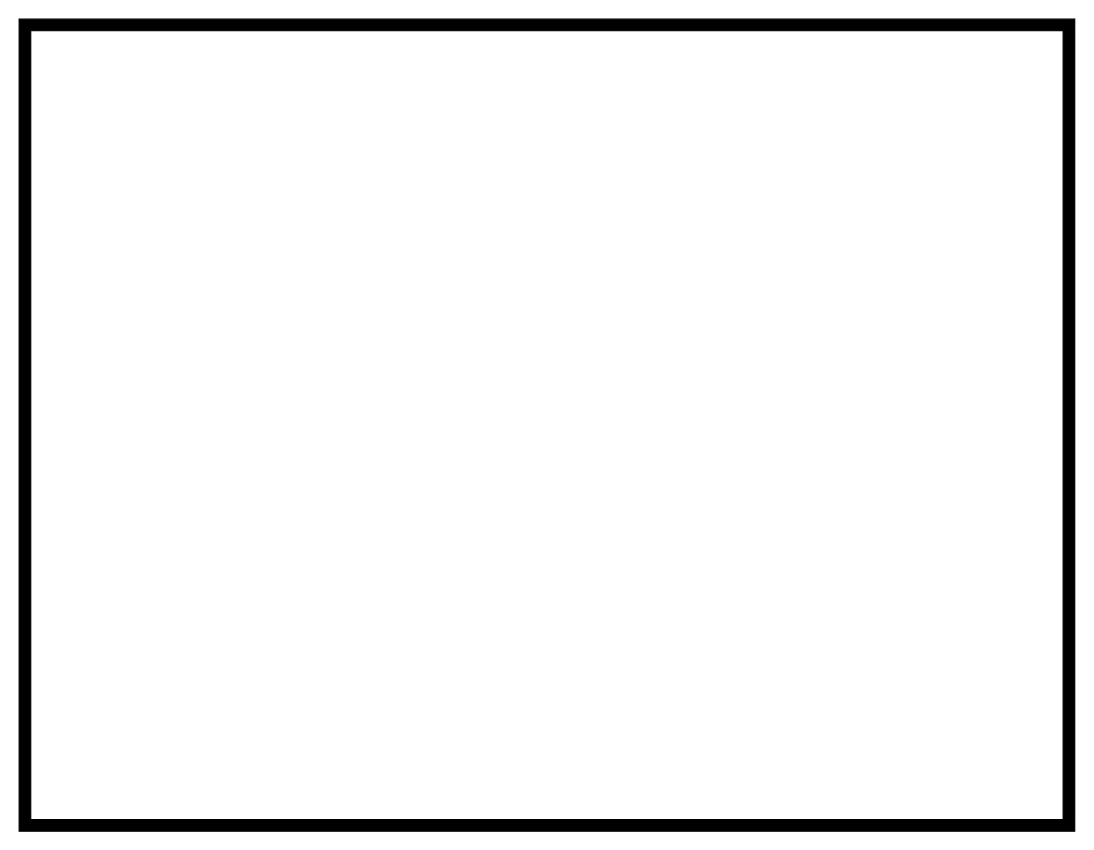
The draw.io diagram page "Térreo" (1 of 3) of ASII.drawio in ArianaAlves/ASII, before the edit. Source tidied: cells renumbered, new cells numbered last; positions are measured from the earlier drawing's top-left corner, leaving out a move shared by most shapes. Both pictures are drawn from the tidied source at 116%, with x=0, y=0 at pixel (19, 19).
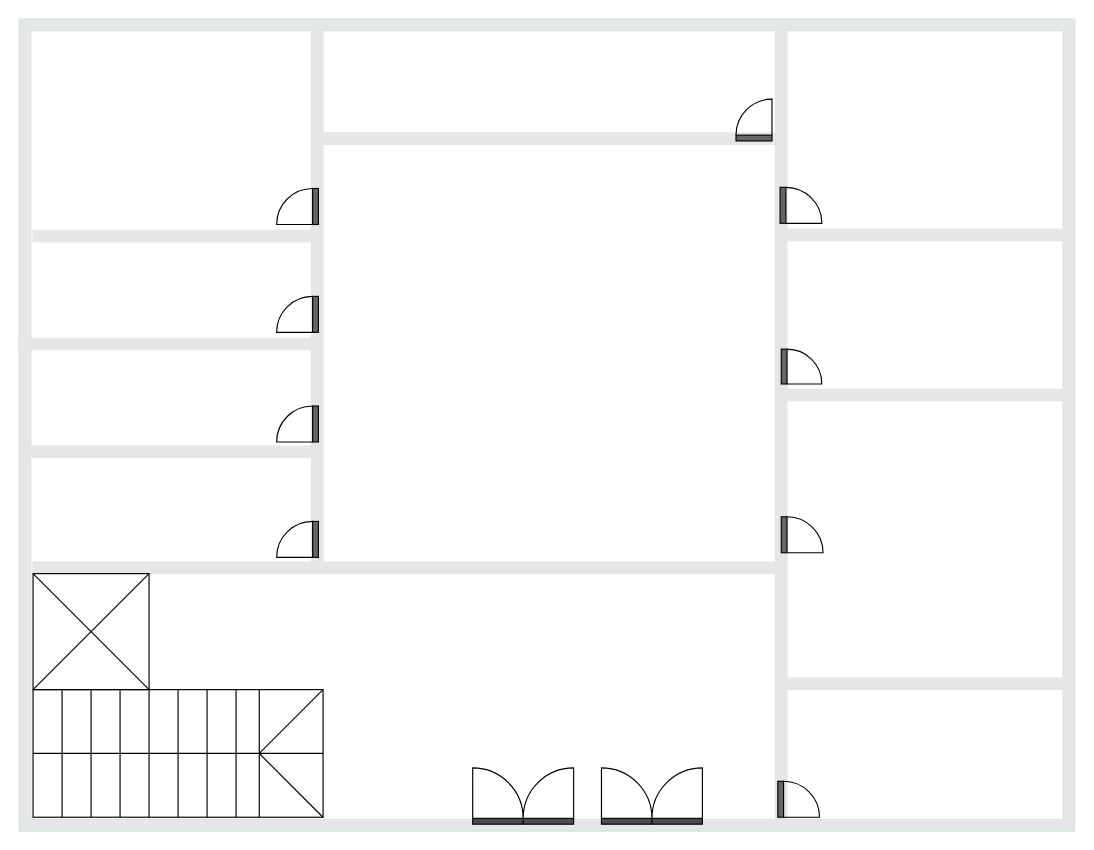
The same page after the edit.

Diff of the diagram source:
```diff
@@
-    <mxCell id="2" style="verticalLabelPosition=bottom;html=1;verticalAlign=top;align=center;shape=mxgraph.floorplan.room;fillColor=#000000;" parent="1" vertex="1">
+    <mxCell id="2" style="verticalLabelPosition=bottom;html=1;verticalAlign=top;align=center;shape=mxgraph.floorplan.room;fillColor=#E6E6E6;strokeColor=#D5E8D4;" parent="1" vertex="1">
       <mxGeometry width="910" height="700" as="geometry" />
     </mxCell>
+    <mxCell id="3" style="verticalLabelPosition=bottom;html=1;verticalAlign=top;align=center;shape=mxgraph.floorplan.wallCorner;fillColor=#E6E6E6;direction=west;strokeColor=#E6E6E6;" parent="1" vertex="1">
+      <mxGeometry x="12" y="8" width="250" height="470" as="geometry" />
+    </mxCell>
+    <mxCell id="4" style="verticalLabelPosition=bottom;html=1;verticalAlign=top;align=center;shape=mxgraph.floorplan.wall;fillColor=#E6E6E6;direction=south;strokeColor=#E6E6E6;" parent="1" vertex="1">
+      <mxGeometry x="652" y="8" width="10" height="690" as="geometry" />
+    </mxCell>
+    <mxCell id="5" style="verticalLabelPosition=bottom;html=1;verticalAlign=top;align=center;shape=mxgraph.floorplan.wall;fillColor=#E6E6E6;strokeColor=#E6E6E6;" parent="1" vertex="1">
+      <mxGeometry x="262" y="468" width="390" height="10" as="geometry" />
+    </mxCell>
+    <mxCell id="6" style="verticalLabelPosition=bottom;html=1;verticalAlign=top;align=center;shape=mxgraph.floorplan.wall;fillColor=#E6E6E6;strokeColor=#E6E6E6;" parent="1" vertex="1">
+      <mxGeometry x="262" y="98" width="390" height="10" as="geometry" />
+    </mxCell>
+    <mxCell id="7" style="verticalLabelPosition=bottom;html=1;verticalAlign=top;align=center;shape=mxgraph.floorplan.wall;fillColor=#E6E6E6;strokeColor=#E6E6E6;" parent="1" vertex="1">
+      <mxGeometry x="662" y="181" width="240" height="10" as="geometry" />
+    </mxCell>
+    <mxCell id="8" style="verticalLabelPosition=bottom;html=1;verticalAlign=top;align=center;shape=mxgraph.floorplan.wall;fillColor=#E6E6E6;strokeColor=#E6E6E6;" parent="1" vertex="1">
+      <mxGeometry x="662" y="568" width="240" height="10" as="geometry" />
+    </mxCell>
+    <mxCell id="9" style="verticalLabelPosition=bottom;html=1;verticalAlign=top;align=center;shape=mxgraph.floorplan.wall;fillColor=#E6E6E6;strokeColor=#E6E6E6;" parent="1" vertex="1">
+      <mxGeometry x="660" y="319" width="240" height="10" as="geometry" />
+    </mxCell>
+    <mxCell id="10" style="verticalLabelPosition=bottom;html=1;verticalAlign=top;align=center;shape=mxgraph.floorplan.wall;fillColor=#E6E6E6;strokeColor=#E6E6E6;" parent="1" vertex="1">
+      <mxGeometry x="2" y="368" width="250" height="10" as="geometry" />
+    </mxCell>
+    <mxCell id="11" style="verticalLabelPosition=bottom;html=1;verticalAlign=top;align=center;shape=mxgraph.floorplan.wall;fillColor=#E6E6E6;strokeColor=#E6E6E6;" parent="1" vertex="1">
+      <mxGeometry y="275" width="252" height="10" as="geometry" />
+    </mxCell>
+    <mxCell id="12" style="verticalLabelPosition=bottom;html=1;verticalAlign=top;align=center;shape=mxgraph.floorplan.wall;fillColor=#E6E6E6;strokeColor=#E6E6E6;" parent="1" vertex="1">
+      <mxGeometry x="12" y="182" width="240" height="10" as="geometry" />
+    </mxCell>
+    <mxCell id="13" style="verticalLabelPosition=bottom;html=1;verticalAlign=top;align=center;shape=mxgraph.floorplan.stairsRest;strokeColor=#000000;fillColor=none;" parent="1" vertex="1">
+      <mxGeometry x="12" y="578" width="250" height="110" as="geometry" />
+    </mxCell>
+    <mxCell id="14" style="verticalLabelPosition=bottom;html=1;verticalAlign=top;align=center;shape=mxgraph.floorplan.elevator;strokeColor=#000000;fillColor=none;" parent="1" vertex="1">
+      <mxGeometry x="12" y="478" width="100" height="100" as="geometry" />
+    </mxCell>
+    <mxCell id="15" style="verticalLabelPosition=bottom;html=1;verticalAlign=top;align=center;shape=mxgraph.floorplan.doorDouble;strokeColor=#000000;fillColor=#4D4D4D;rotation=180;" parent="1" vertex="1">
+      <mxGeometry x="391" y="648" width="87" height="46" as="geometry" />
+    </mxCell>
+    <mxCell id="16" style="verticalLabelPosition=bottom;html=1;verticalAlign=top;align=center;shape=mxgraph.floorplan.doorDouble;strokeColor=#000000;fillColor=#4D4D4D;rotation=180;" parent="1" vertex="1">
+      <mxGeometry x="502" y="648" width="87" height="46" as="geometry" />
+    </mxCell>
+    <mxCell id="17" style="verticalLabelPosition=bottom;html=1;verticalAlign=top;align=center;shape=mxgraph.floorplan.doorLeft;strokeColor=#000000;fillColor=#666666;rotation=-90;" parent="1" vertex="1">
+      <mxGeometry x="655" y="656" width="31" height="33" as="geometry" />
+    </mxCell>
+    <mxCell id="18" style="verticalLabelPosition=bottom;html=1;verticalAlign=top;align=center;shape=mxgraph.floorplan.doorLeft;strokeColor=#000000;fillColor=#666666;rotation=-90;" parent="1" vertex="1">
+      <mxGeometry x="658" y="428" width="31" height="33" as="geometry" />
+    </mxCell>
+    <mxCell id="19" style="verticalLabelPosition=bottom;html=1;verticalAlign=top;align=center;shape=mxgraph.floorplan.doorLeft;strokeColor=#000000;fillColor=#666666;rotation=-90;" parent="1" vertex="1">
+      <mxGeometry x="658" y="283.5" width="30" height="32" as="geometry" />
+    </mxCell>
+    <mxCell id="20" style="verticalLabelPosition=bottom;html=1;verticalAlign=top;align=center;shape=mxgraph.floorplan.doorLeft;strokeColor=#000000;fillColor=#666666;rotation=-90;" parent="1" vertex="1">
+      <mxGeometry x="657" y="144" width="31" height="33" as="geometry" />
+    </mxCell>
+    <mxCell id="21" style="verticalLabelPosition=bottom;html=1;verticalAlign=top;align=center;shape=mxgraph.floorplan.doorRight;strokeColor=#000000;fillColor=#666666;rotation=90;" parent="1" vertex="1">
+      <mxGeometry x="226" y="145" width="31" height="33" as="geometry" />
+    </mxCell>
+    <mxCell id="22" style="verticalLabelPosition=bottom;html=1;verticalAlign=top;align=center;shape=mxgraph.floorplan.doorRight;strokeColor=#000000;fillColor=#666666;rotation=90;" parent="1" vertex="1">
+      <mxGeometry x="226" y="238" width="31" height="33" as="geometry" />
+    </mxCell>
+    <mxCell id="23" style="verticalLabelPosition=bottom;html=1;verticalAlign=top;align=center;shape=mxgraph.floorplan.doorRight;strokeColor=#000000;fillColor=#666666;rotation=90;" parent="1" vertex="1">
+      <mxGeometry x="226" y="332.5" width="31" height="33" as="geometry" />
+    </mxCell>
+    <mxCell id="24" style="verticalLabelPosition=bottom;html=1;verticalAlign=top;align=center;shape=mxgraph.floorplan.doorRight;strokeColor=#000000;fillColor=#666666;rotation=90;" parent="1" vertex="1">
+      <mxGeometry x="226" y="432" width="31" height="33" as="geometry" />
+    </mxCell>
+    <mxCell id="25" style="verticalLabelPosition=bottom;html=1;verticalAlign=top;align=center;shape=mxgraph.floorplan.doorLeft;strokeColor=#000000;fillColor=#666666;rotation=-180;" parent="1" vertex="1">
+      <mxGeometry x="618" y="72" width="31" height="33" as="geometry" />
+    </mxCell>
```
